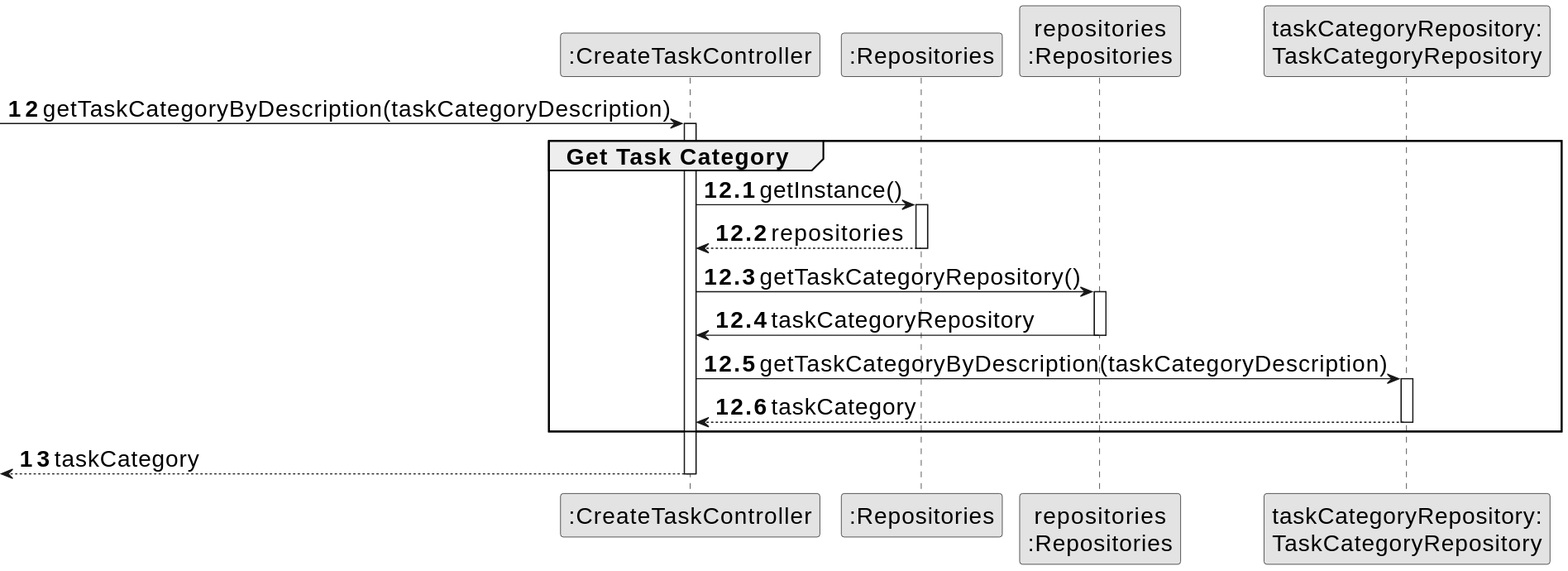
The PlantUML diagram docs/sprintA&B/us005/03.design/svg/us005-sequence-diagram-partial-get-skills-list.svg in daniel41silva05/ISEP_2023_2024_LAPR2, before a commit. Its diagram source:
```plantuml
@startuml
skinparamlocked defaultFontSize 20
skinparam monochrome true
skinparam packageStyle rectangle
skinparam shadowing false

participant ":CreateTaskController" as CTRL
participant ":Repositories" as RepositorySingleton
participant "repositories\n:Repositories" as PLAT
participant "taskCategoryRepository:\nTaskCategoryRepository" as TaskCategoryRepository

autonumber 12
-> CTRL : getTaskCategoryByDescription(taskCategoryDescription)

autonumber 12.1

activate CTRL
    group Get Task Category
        CTRL -> RepositorySingleton : getInstance()
        activate RepositorySingleton

            RepositorySingleton --> CTRL: repositories
        deactivate RepositorySingleton

        CTRL -> PLAT : getTaskCategoryRepository()
        activate PLAT

            PLAT -> CTRL : taskCategoryRepository
        deactivate PLAT

        CTRL -> TaskCategoryRepository : getTaskCategoryByDescription(taskCategoryDescription)
        activate TaskCategoryRepository

            TaskCategoryRepository --> CTRL : taskCategory
        deactivate TaskCategoryRepository

    end group

    autonumber 13
    <-- CTRL : taskCategory

deactivate CTRL
@enduml
```
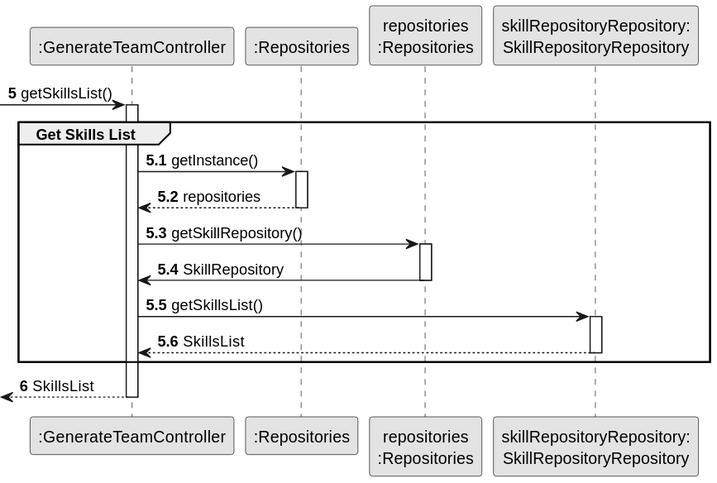
The same diagram one commit later.

The edit, as a diff of the source:
```diff
@@ -1,43 +1,42 @@
 @startuml
-skinparamlocked defaultFontSize 20
 skinparam monochrome true
 skinparam packageStyle rectangle
 skinparam shadowing false
 
-participant ":CreateTaskController" as CTRL
-participant ":Repositories" as RepositorySingleton
-participant "repositories\n:Repositories" as PLAT
-participant "taskCategoryRepository:\nTaskCategoryRepository" as TaskCategoryRepository
+participant ":GenerateTeamController" as CTRL
+participant ":Repositories" as REP
+participant "repositories\n:Repositories" as REPS
+participant "skillRepositoryRepository:\nSkillRepositoryRepository" as SREP
 
-autonumber 12
--> CTRL : getTaskCategoryByDescription(taskCategoryDescription)
+autonumber 5
+-> CTRL : getSkillsList()
 
-autonumber 12.1
+autonumber 5.1
 
 activate CTRL
-    group Get Task Category
-        CTRL -> RepositorySingleton : getInstance()
-        activate RepositorySingleton
+    group Get Skills List
+        CTRL -> REP : getInstance()
+        activate REP
 
-            RepositorySingleton --> CTRL: repositories
-        deactivate RepositorySingleton
+            REP --> CTRL: repositories
+        deactivate REP
 
-        CTRL -> PLAT : getTaskCategoryRepository()
-        activate PLAT
+        CTRL -> REPS : getSkillRepository()
+        activate REPS
 
-            PLAT -> CTRL : taskCategoryRepository
-        deactivate PLAT
+            REPS -> CTRL : SkillRepository
+        deactivate REPS
 
-        CTRL -> TaskCategoryRepository : getTaskCategoryByDescription(taskCategoryDescription)
-        activate TaskCategoryRepository
+        CTRL -> SREP : getSkillsList()
+        activate SREP
 
-            TaskCategoryRepository --> CTRL : taskCategory
-        deactivate TaskCategoryRepository
+            SREP --> CTRL : SkillsList
+        deactivate SREP
 
     end group
 
-    autonumber 13
-    <-- CTRL : taskCategory
+    autonumber 6
+    <-- CTRL : SkillsList
 
 deactivate CTRL
 @enduml
```
